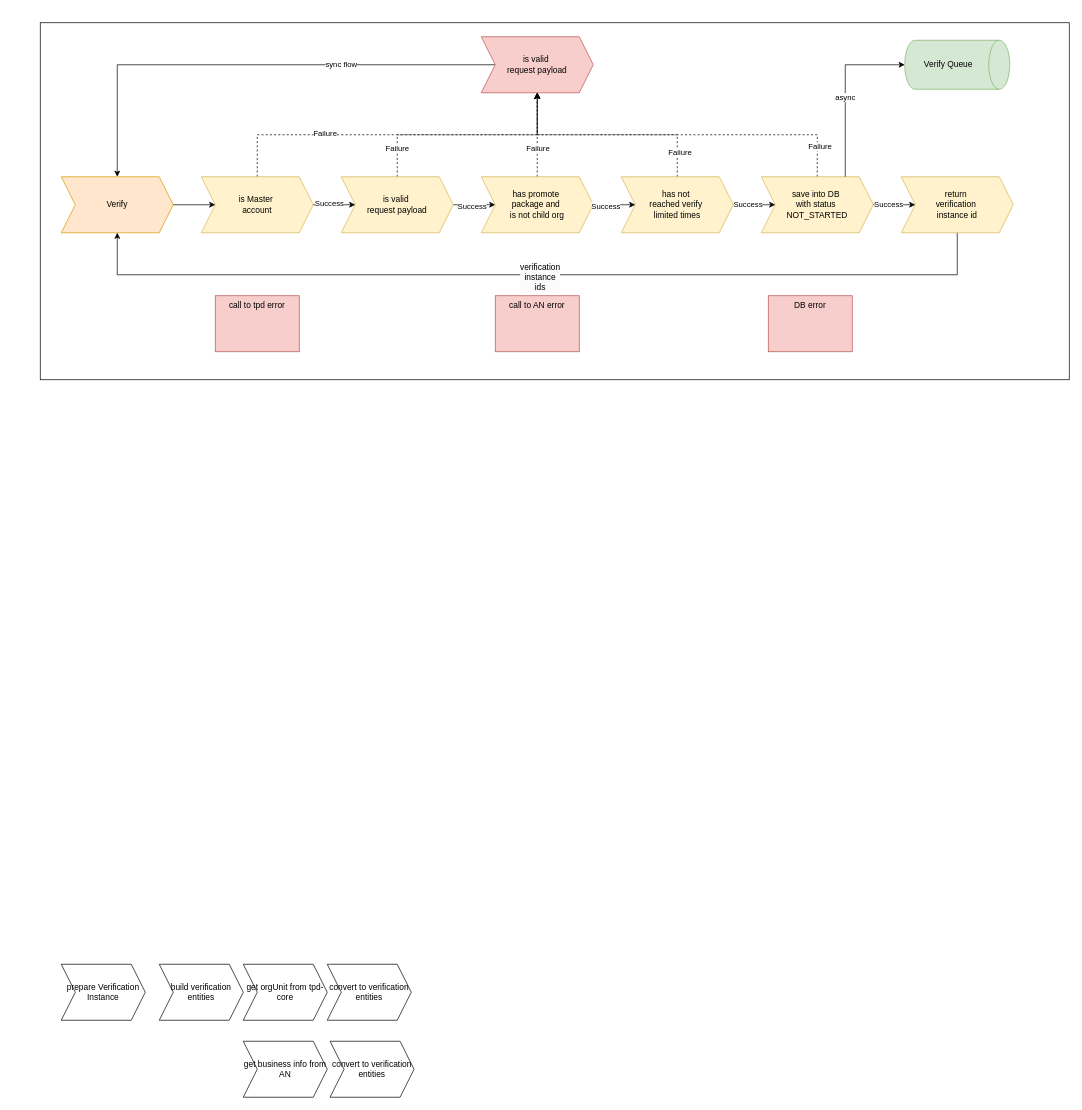
The draw.io diagram page "Page-10" (10 of 10) of verification_framework.drawio in huangshijie/Drawio, before the edit. Source tidied: cells renumbered, new cells numbered last; positions are measured from the earlier drawing's top-left corner, leaving out a move shared by most shapes. Both pictures are drawn from the tidied source at 70%, with x=0, y=0 at pixel (40, 12).
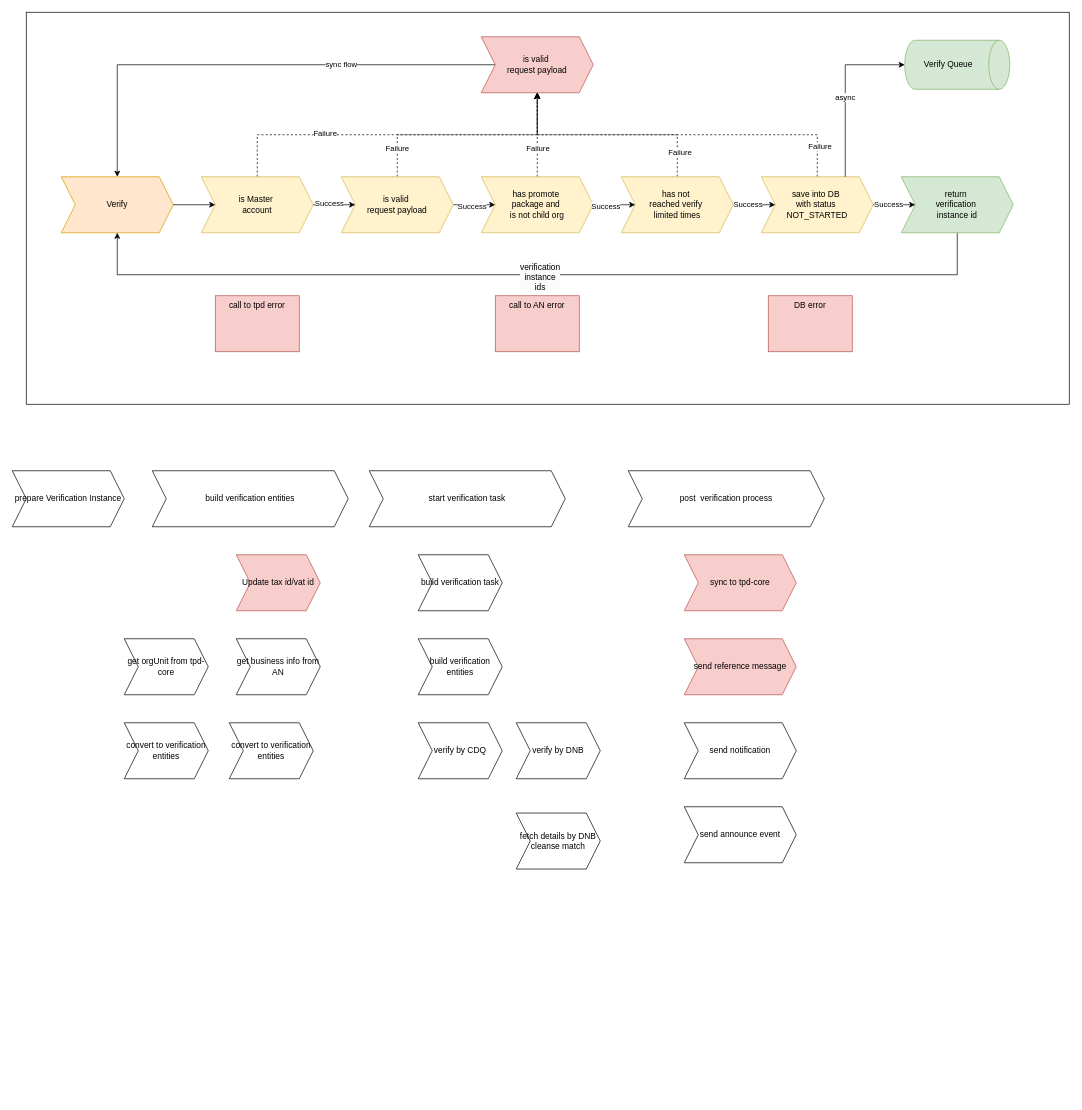
After the change.

What changed in the source:
```diff
@@
     <mxCell id="2" style="rounded=0;whiteSpace=wrap;html=1;" parent="1" vertex="1">
-      <mxGeometry y="15" width="1470" height="510" as="geometry" />
+      <mxGeometry x="-20" width="1490" height="560" as="geometry" />
     </mxCell>
@@
     <mxCell id="4" value="prepare Verification Instance" style="shape=step;perimeter=stepPerimeter;whiteSpace=wrap;html=1;fixedSize=1;size=20;" parent="1" vertex="1">
-      <mxGeometry x="30" y="1360" width="120" height="80" as="geometry" />
+      <mxGeometry x="-40" y="655" width="160" height="80" as="geometry" />
     </mxCell>
     <mxCell id="5" value="build verification entities" style="shape=step;perimeter=stepPerimeter;whiteSpace=wrap;html=1;fixedSize=1;size=20;" parent="1" vertex="1">
-      <mxGeometry x="170" y="1360" width="120" height="80" as="geometry" />
+      <mxGeometry x="160" y="655" width="280" height="80" as="geometry" />
     </mxCell>
     <mxCell id="6" value="get orgUnit from tpd-core" style="shape=step;perimeter=stepPerimeter;whiteSpace=wrap;html=1;fixedSize=1;size=20;" parent="1" vertex="1">
-      <mxGeometry x="290" y="1360" width="120" height="80" as="geometry" />
+      <mxGeometry x="120" y="895" width="120" height="80" as="geometry" />
     </mxCell>
     <mxCell id="7" value="convert to verification entities" style="shape=step;perimeter=stepPerimeter;whiteSpace=wrap;html=1;fixedSize=1;size=20;" parent="1" vertex="1">
-      <mxGeometry x="410" y="1360" width="120" height="80" as="geometry" />
+      <mxGeometry x="120" y="1015" width="120" height="80" as="geometry" />
     </mxCell>
     <mxCell id="8" value="get business info from AN" style="shape=step;perimeter=stepPerimeter;whiteSpace=wrap;html=1;fixedSize=1;size=20;" parent="1" vertex="1">
-      <mxGeometry x="290" y="1470" width="120" height="80" as="geometry" />
+      <mxGeometry x="280" y="895" width="120" height="80" as="geometry" />
     </mxCell>
     <mxCell id="9" value="convert to verification entities" style="shape=step;perimeter=stepPerimeter;whiteSpace=wrap;html=1;fixedSize=1;size=20;" parent="1" vertex="1">
-      <mxGeometry x="414" y="1470" width="120" height="80" as="geometry" />
+      <mxGeometry x="270" y="1015" width="120" height="80" as="geometry" />
     </mxCell>
@@
-    <mxCell id="31" value="return&amp;nbsp;&lt;div&gt;verification&amp;nbsp;&lt;/div&gt;&lt;div&gt;instance id&lt;/div&gt;" style="shape=step;perimeter=stepPerimeter;whiteSpace=wrap;html=1;fixedSize=1;size=20;align=center;fillColor=#fff2cc;strokeColor=#d6b656;" parent="1" vertex="1">
+    <mxCell id="31" value="return&amp;nbsp;&lt;div&gt;verification&amp;nbsp;&lt;/div&gt;&lt;div&gt;instance id&lt;/div&gt;" style="shape=step;perimeter=stepPerimeter;whiteSpace=wrap;html=1;fixedSize=1;size=20;align=center;fillColor=#d5e8d4;strokeColor=#82b366;" parent="1" vertex="1">
       <mxGeometry x="1230" y="235" width="160" height="80" as="geometry" />
     </mxCell>
@@
+    <mxCell id="48" value="start verification task" style="shape=step;perimeter=stepPerimeter;whiteSpace=wrap;html=1;fixedSize=1;size=20;" parent="1" vertex="1">
+      <mxGeometry x="470" y="655" width="280" height="80" as="geometry" />
+    </mxCell>
+    <mxCell id="49" value="build verification task" style="shape=step;perimeter=stepPerimeter;whiteSpace=wrap;html=1;fixedSize=1;size=20;" parent="1" vertex="1">
+      <mxGeometry x="540" y="775" width="120" height="80" as="geometry" />
+    </mxCell>
+    <mxCell id="50" value="build verification entities" style="shape=step;perimeter=stepPerimeter;whiteSpace=wrap;html=1;fixedSize=1;size=20;" parent="1" vertex="1">
+      <mxGeometry x="540" y="895" width="120" height="80" as="geometry" />
+    </mxCell>
+    <mxCell id="51" value="verify by CDQ" style="shape=step;perimeter=stepPerimeter;whiteSpace=wrap;html=1;fixedSize=1;size=20;" parent="1" vertex="1">
+      <mxGeometry x="540" y="1015" width="120" height="80" as="geometry" />
+    </mxCell>
+    <mxCell id="52" value="verify by DNB" style="shape=step;perimeter=stepPerimeter;whiteSpace=wrap;html=1;fixedSize=1;size=20;" parent="1" vertex="1">
+      <mxGeometry x="680" y="1015" width="120" height="80" as="geometry" />
+    </mxCell>
+    <mxCell id="53" value="fetch details by DNB cleanse match" style="shape=step;perimeter=stepPerimeter;whiteSpace=wrap;html=1;fixedSize=1;size=20;" parent="1" vertex="1">
+      <mxGeometry x="680" y="1144" width="120" height="80" as="geometry" />
+    </mxCell>
+    <mxCell id="54" value="post&amp;nbsp; verification process" style="shape=step;perimeter=stepPerimeter;whiteSpace=wrap;html=1;fixedSize=1;size=20;" parent="1" vertex="1">
+      <mxGeometry x="840" y="655" width="280" height="80" as="geometry" />
+    </mxCell>
+    <mxCell id="55" value="send notification" style="shape=step;perimeter=stepPerimeter;whiteSpace=wrap;html=1;fixedSize=1;size=20;" parent="1" vertex="1">
+      <mxGeometry x="920" y="1015" width="160" height="80" as="geometry" />
+    </mxCell>
+    <mxCell id="56" value="send announce event" style="shape=step;perimeter=stepPerimeter;whiteSpace=wrap;html=1;fixedSize=1;size=20;" parent="1" vertex="1">
+      <mxGeometry x="920" y="1135" width="160" height="80" as="geometry" />
+    </mxCell>
+    <mxCell id="57" value="sync to tpd-core" style="shape=step;perimeter=stepPerimeter;whiteSpace=wrap;html=1;fixedSize=1;size=20;fillColor=#f8cecc;strokeColor=#b85450;" parent="1" vertex="1">
+      <mxGeometry x="920" y="775" width="160" height="80" as="geometry" />
+    </mxCell>
+    <mxCell id="58" value="send reference message" style="shape=step;perimeter=stepPerimeter;whiteSpace=wrap;html=1;fixedSize=1;size=20;fillColor=#f8cecc;strokeColor=#b85450;" parent="1" vertex="1">
+      <mxGeometry x="920" y="895" width="160" height="80" as="geometry" />
+    </mxCell>
+    <mxCell id="59" value="Update tax id/vat id" style="shape=step;perimeter=stepPerimeter;whiteSpace=wrap;html=1;fixedSize=1;size=20;fillColor=#f8cecc;strokeColor=#b85450;" parent="1" vertex="1">
+      <mxGeometry x="280" y="775" width="120" height="80" as="geometry" />
+    </mxCell>
```
